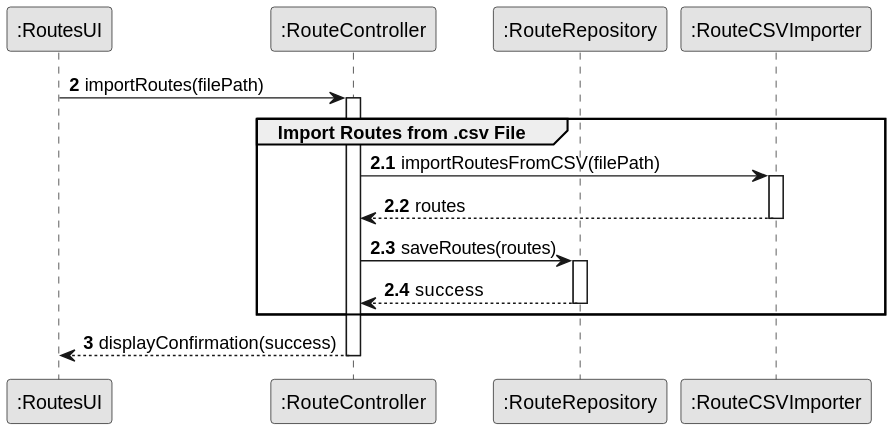
Earlier version of the PlantUML export docs/sprintB/us012/03.design/svg/us012-sequence-diagram-partial-import-.csv-file.svg (ricardomm7/leaflink).
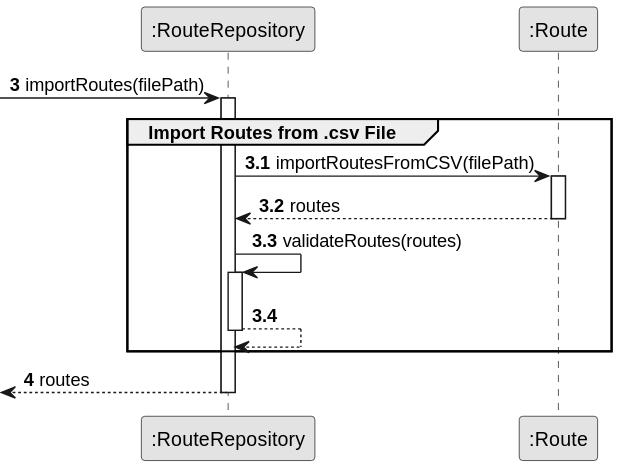
After the commit.

Change to the diagram source:
```diff
@@ -5,36 +5,36 @@
 
 autonumber
 
-participant ":RoutesUI" as UI
-participant ":RouteController" as CTR
 participant ":RouteRepository" as Repository
-participant ":RouteCSVImporter" as Importer
-autonumber 2
+participant ":Route" as Importer
+autonumber 3
 
 
-UI -> CTR : importRoutes(filePath)
-autonumber 2.1
+ -> Repository : importRoutes(filePath)
+autonumber 3.1
 
-activate CTR
+activate Repository
 
   Group Import Routes from .csv File
 
-    CTR -> Importer : importRoutesFromCSV(filePath)
-    activate Importer
+    Repository -> Importer: importRoutesFromCSV(filePath)
+        activate Importer
+
+        Importer --> Repository: routes
+        deactivate Importer
 
 
-    Importer --> CTR : routes
-    deactivate Importer
-
-    CTR -> Repository : saveRoutes(routes)
+    Repository -> Repository: validateRoutes(routes)
     activate Repository
 
-    Repository --> CTR : success
-    deactivate Repository
-    end
-    autonumber 3
+        Repository --> Repository
+        deactivate Repository
 
 
-CTR --> UI : displayConfirmation(success)
-deactivate CTR
+    end
+    autonumber 4
+
+
+     <-- Repository  : routes
+deactivate Repository
 @enduml
```
